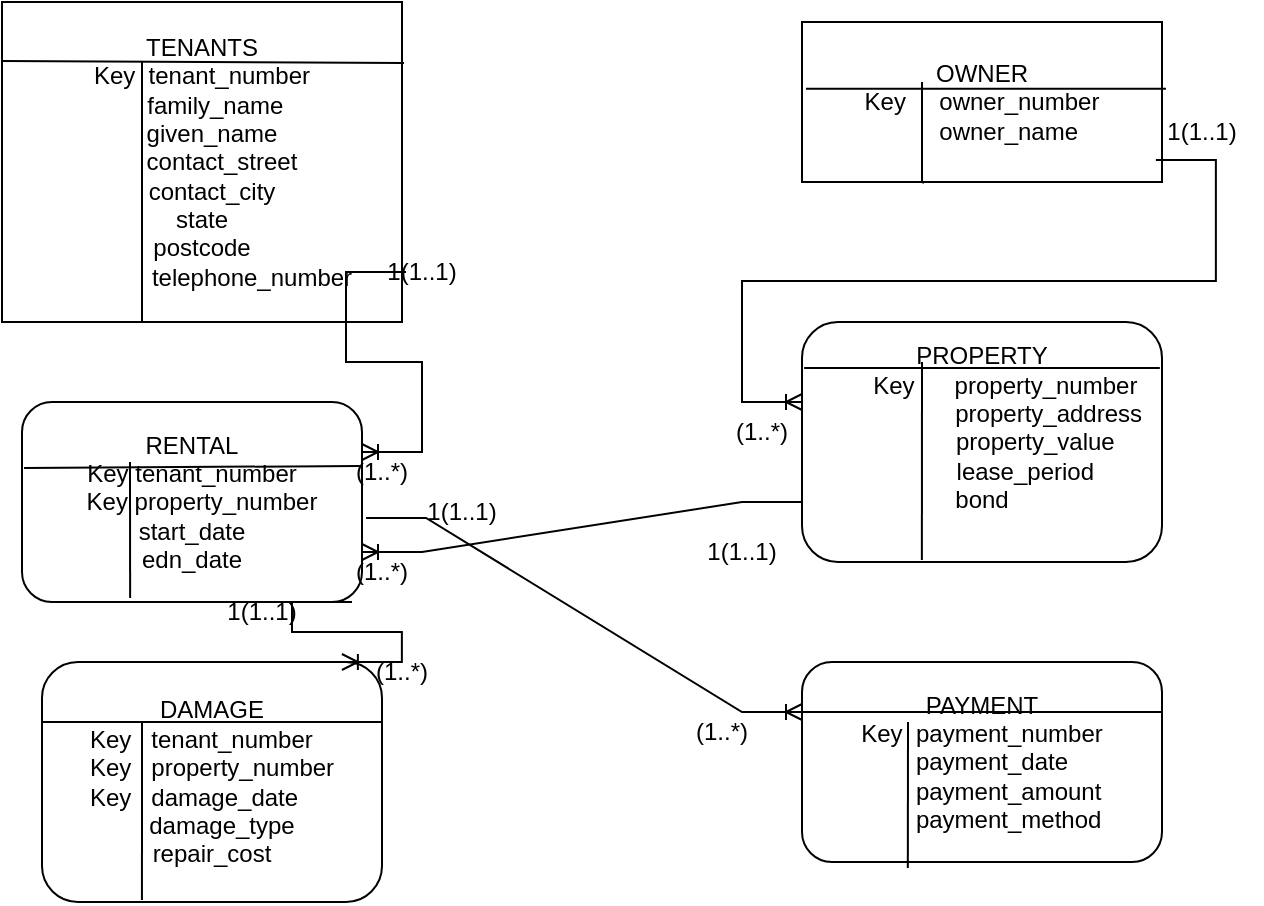
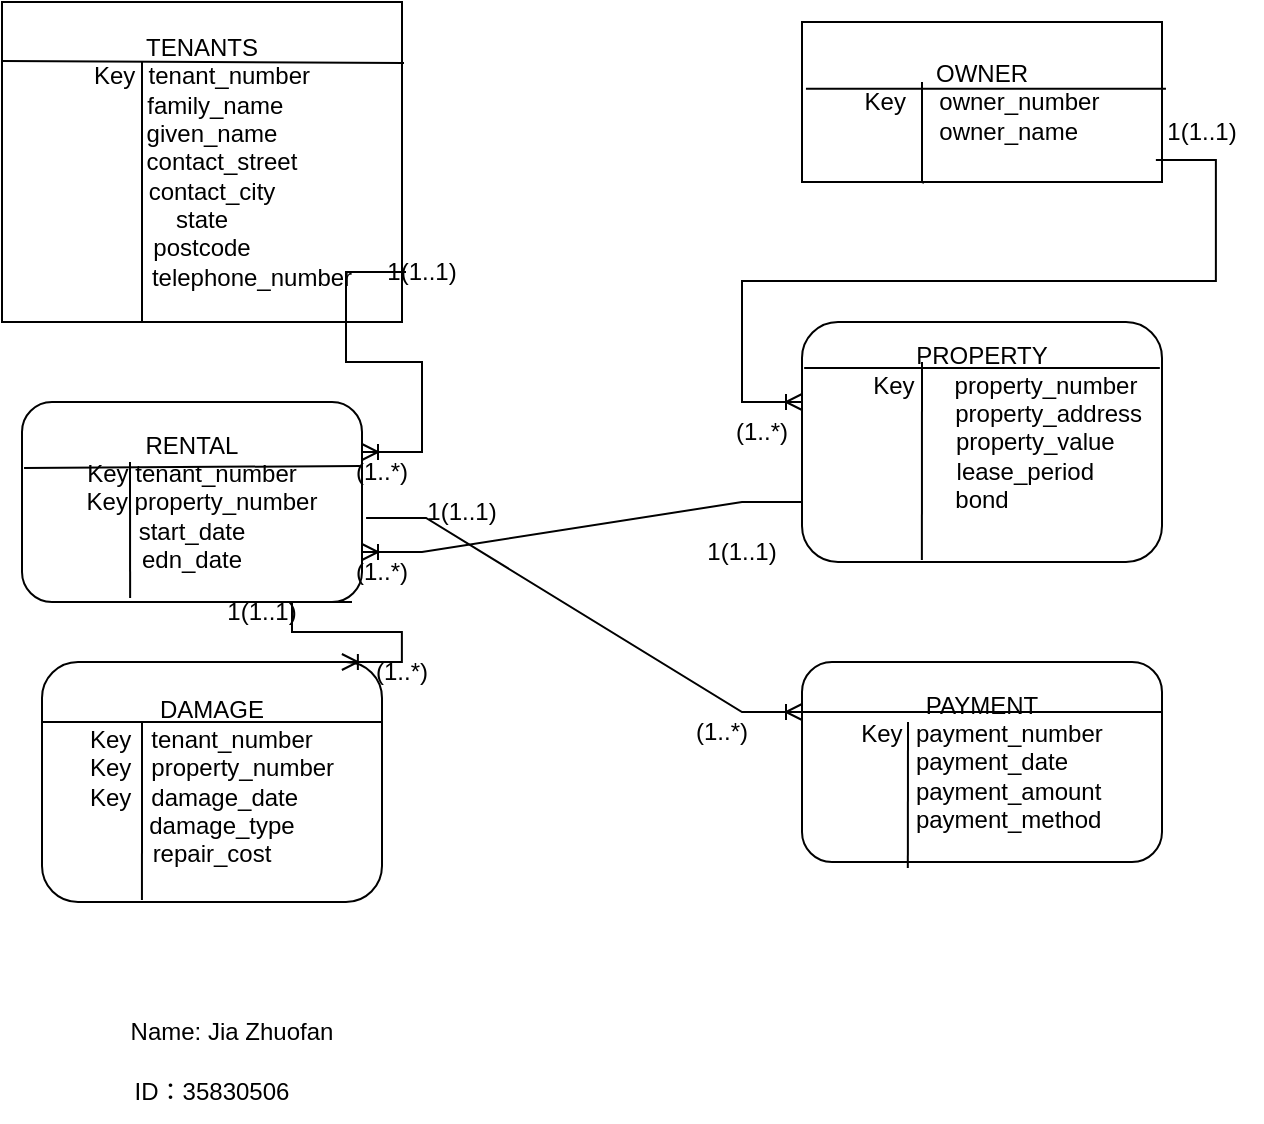
<mxfile host="app.diagrams.net" agent="Mozilla/5.0 (Macintosh; Intel Mac OS X 10_15_7) AppleWebKit/537.36 (KHTML, like Gecko) Chrome/146.0.0.0 Safari/537.36" version="29.6.6">
  <diagram name="Page-1" id="eJK2DDEGEmJVuN1BTenI">
    <mxGraphModel dx="1123" dy="777" grid="1" gridSize="10" guides="1" tooltips="1" connect="1" arrows="1" fold="1" page="1" pageScale="1" pageWidth="827" pageHeight="1169" math="0" shadow="0">
      <root>
        <mxCell id="0" />
        <mxCell id="1" parent="0" />
        <mxCell id="zwTIyL89zGDYqjC-ciAP-1" parent="1" style="rounded=0;whiteSpace=wrap;html=1;" value="TENANTS&lt;div&gt;&lt;span style=&quot;background-color: transparent; color: light-dark(rgb(0, 0, 0), rgb(255, 255, 255));&quot;&gt;Key&amp;nbsp; tenant_number&lt;/span&gt;&lt;div&gt;&amp;nbsp; &amp;nbsp; family_name&lt;/div&gt;&lt;div&gt;&amp;nbsp; &amp;nbsp;given_name&lt;/div&gt;&lt;div&gt;&amp;nbsp; &amp;nbsp; &amp;nbsp; contact_street&lt;/div&gt;&lt;div&gt;&amp;nbsp; &amp;nbsp;contact_city&lt;/div&gt;&lt;div&gt;state&lt;/div&gt;&lt;div&gt;postcode&lt;/div&gt;&lt;div&gt;&amp;nbsp; &amp;nbsp; &amp;nbsp; &amp;nbsp; &amp;nbsp; &amp;nbsp; &amp;nbsp; &amp;nbsp;telephone_number&lt;/div&gt;&lt;/div&gt;" vertex="1">
          <mxGeometry height="160" width="200" x="40" y="40" as="geometry" />
        </mxCell>
        <mxCell id="zwTIyL89zGDYqjC-ciAP-2" parent="1" style="rounded=0;whiteSpace=wrap;html=1;" value="OWNER&lt;div&gt;Key&amp;nbsp; &amp;nbsp; &amp;nbsp;owner_number&lt;/div&gt;&lt;div&gt;&amp;nbsp; &amp;nbsp; &amp;nbsp; &amp;nbsp; owner_name&lt;/div&gt;" vertex="1">
          <mxGeometry height="80" width="180" x="440" y="50" as="geometry" />
        </mxCell>
        <mxCell id="zwTIyL89zGDYqjC-ciAP-6" edge="1" parent="1" source="zwTIyL89zGDYqjC-ciAP-1" style="endArrow=none;html=1;rounded=0;exitX=0;exitY=0.184;exitDx=0;exitDy=0;exitPerimeter=0;entryX=1.005;entryY=0.191;entryDx=0;entryDy=0;entryPerimeter=0;" target="zwTIyL89zGDYqjC-ciAP-1" value="">
          <mxGeometry height="50" relative="1" width="50" as="geometry">
            <Array as="points" />
            <mxPoint x="380" y="240" as="sourcePoint" />
            <mxPoint x="430" y="190" as="targetPoint" />
          </mxGeometry>
        </mxCell>
        <mxCell id="zwTIyL89zGDYqjC-ciAP-7" edge="1" parent="1" source="zwTIyL89zGDYqjC-ciAP-1" style="endArrow=none;html=1;rounded=0;exitX=0.35;exitY=0.997;exitDx=0;exitDy=0;exitPerimeter=0;" value="">
          <mxGeometry height="50" relative="1" width="50" as="geometry">
            <mxPoint x="380" y="240" as="sourcePoint" />
            <mxPoint x="110" y="70" as="targetPoint" />
          </mxGeometry>
        </mxCell>
        <mxCell id="zwTIyL89zGDYqjC-ciAP-8" edge="1" parent="1" source="zwTIyL89zGDYqjC-ciAP-2" style="endArrow=none;html=1;rounded=0;entryX=1.011;entryY=0.417;entryDx=0;entryDy=0;exitX=0.011;exitY=0.417;exitDx=0;exitDy=0;exitPerimeter=0;entryPerimeter=0;" target="zwTIyL89zGDYqjC-ciAP-2" value="">
          <mxGeometry height="50" relative="1" width="50" as="geometry">
            <mxPoint x="380" y="240" as="sourcePoint" />
            <mxPoint x="430" y="190" as="targetPoint" />
          </mxGeometry>
        </mxCell>
        <mxCell id="zwTIyL89zGDYqjC-ciAP-9" edge="1" parent="1" source="zwTIyL89zGDYqjC-ciAP-2" style="endArrow=none;html=1;rounded=0;exitX=0.339;exitY=1.006;exitDx=0;exitDy=0;exitPerimeter=0;" value="">
          <mxGeometry height="50" relative="1" width="50" as="geometry">
            <mxPoint x="380" y="240" as="sourcePoint" />
            <mxPoint x="500" y="130" as="targetPoint" />
          </mxGeometry>
        </mxCell>
        <mxCell id="zwTIyL89zGDYqjC-ciAP-10" parent="1" style="rounded=1;whiteSpace=wrap;html=1;" value="PROPERTY&lt;div&gt;&amp;nbsp; &amp;nbsp; &amp;nbsp; &amp;nbsp;Key&amp;nbsp; &amp;nbsp; &amp;nbsp; property_number&lt;/div&gt;&lt;div&gt;&amp;nbsp; &amp;nbsp; &amp;nbsp; &amp;nbsp; &amp;nbsp; &amp;nbsp; &amp;nbsp; &amp;nbsp; &amp;nbsp; &amp;nbsp; property_address&lt;/div&gt;&lt;div&gt;&amp;nbsp; &amp;nbsp; &amp;nbsp; &amp;nbsp; &amp;nbsp; &amp;nbsp; &amp;nbsp; &amp;nbsp; property_value&lt;/div&gt;&lt;div&gt;&amp;nbsp; &amp;nbsp; &amp;nbsp; &amp;nbsp; &amp;nbsp; &amp;nbsp; &amp;nbsp;lease_period&lt;/div&gt;&lt;div&gt;&lt;span style=&quot;background-color: transparent; color: light-dark(rgb(0, 0, 0), rgb(255, 255, 255));&quot;&gt;bond&lt;/span&gt;&lt;/div&gt;&lt;div&gt;&lt;br&gt;&lt;/div&gt;" vertex="1">
          <mxGeometry height="120" width="180" x="440" y="200" as="geometry" />
        </mxCell>
        <mxCell id="zwTIyL89zGDYqjC-ciAP-11" edge="1" parent="1" source="zwTIyL89zGDYqjC-ciAP-10" style="endArrow=none;html=1;rounded=0;entryX=0.994;entryY=0.192;entryDx=0;entryDy=0;exitX=0.006;exitY=0.192;exitDx=0;exitDy=0;exitPerimeter=0;entryPerimeter=0;" target="zwTIyL89zGDYqjC-ciAP-10" value="">
          <mxGeometry height="50" relative="1" width="50" as="geometry">
            <mxPoint x="380" y="200" as="sourcePoint" />
            <mxPoint x="430" y="150" as="targetPoint" />
          </mxGeometry>
        </mxCell>
        <mxCell id="zwTIyL89zGDYqjC-ciAP-12" edge="1" parent="1" source="zwTIyL89zGDYqjC-ciAP-10" style="endArrow=none;html=1;rounded=0;exitX=0.333;exitY=0.992;exitDx=0;exitDy=0;exitPerimeter=0;" value="">
          <mxGeometry height="50" relative="1" width="50" as="geometry">
            <mxPoint x="380" y="200" as="sourcePoint" />
            <mxPoint x="500" y="220" as="targetPoint" />
          </mxGeometry>
        </mxCell>
        <mxCell id="zwTIyL89zGDYqjC-ciAP-14" parent="1" style="rounded=1;whiteSpace=wrap;html=1;" value="DAMAGE&lt;div style=&quot;text-align: left;&quot;&gt;Key&amp;nbsp; &amp;nbsp;tenant_number&lt;/div&gt;&lt;div style=&quot;text-align: left;&quot;&gt;Key&amp;nbsp; &amp;nbsp;property_number&lt;/div&gt;&lt;div style=&quot;text-align: left;&quot;&gt;&lt;span style=&quot;background-color: transparent; color: light-dark(rgb(0, 0, 0), rgb(255, 255, 255));&quot;&gt;Key&amp;nbsp; &amp;nbsp;damage_date&lt;/span&gt;&lt;/div&gt;&lt;div&gt;&amp;nbsp; &amp;nbsp;damage_type&lt;/div&gt;&lt;div&gt;repair_cost&lt;/div&gt;" vertex="1">
          <mxGeometry height="120" width="170" x="60" y="370" as="geometry" />
        </mxCell>
        <mxCell id="zwTIyL89zGDYqjC-ciAP-15" edge="1" parent="1" source="zwTIyL89zGDYqjC-ciAP-14" style="endArrow=none;html=1;rounded=0;exitX=0;exitY=0.25;exitDx=0;exitDy=0;entryX=1;entryY=0.25;entryDx=0;entryDy=0;" target="zwTIyL89zGDYqjC-ciAP-14" value="">
          <mxGeometry height="50" relative="1" width="50" as="geometry">
            <mxPoint x="390" y="280" as="sourcePoint" />
            <mxPoint x="440" y="230" as="targetPoint" />
          </mxGeometry>
        </mxCell>
        <mxCell id="zwTIyL89zGDYqjC-ciAP-16" edge="1" parent="1" style="endArrow=none;html=1;rounded=0;entryX=0.294;entryY=0.992;entryDx=0;entryDy=0;entryPerimeter=0;" target="zwTIyL89zGDYqjC-ciAP-14" value="">
          <mxGeometry height="50" relative="1" width="50" as="geometry">
            <mxPoint x="110" y="400" as="sourcePoint" />
            <mxPoint x="120" y="420" as="targetPoint" />
          </mxGeometry>
        </mxCell>
        <mxCell id="zwTIyL89zGDYqjC-ciAP-17" parent="1" style="rounded=1;whiteSpace=wrap;html=1;" value="PAYMENT&lt;div&gt;Key&amp;nbsp; payment_number&lt;/div&gt;&lt;div&gt;&amp;nbsp; &amp;nbsp;payment_date&lt;/div&gt;&lt;div&gt;&amp;nbsp; &amp;nbsp; &amp;nbsp; &amp;nbsp; payment_amount&lt;/div&gt;&lt;div&gt;&amp;nbsp; &amp;nbsp; &amp;nbsp; &amp;nbsp; payment_method&lt;/div&gt;" vertex="1">
          <mxGeometry height="100" width="180" x="440" y="370" as="geometry" />
        </mxCell>
        <mxCell id="zwTIyL89zGDYqjC-ciAP-19" edge="1" parent="1" style="endArrow=none;html=1;rounded=0;" value="">
          <mxGeometry height="50" relative="1" width="50" as="geometry">
            <mxPoint x="500" y="130" as="sourcePoint" />
            <mxPoint x="500" y="80" as="targetPoint" />
          </mxGeometry>
        </mxCell>
        <mxCell id="zwTIyL89zGDYqjC-ciAP-20" edge="1" parent="1" source="zwTIyL89zGDYqjC-ciAP-17" style="endArrow=none;html=1;rounded=0;exitX=0;exitY=0.25;exitDx=0;exitDy=0;entryX=1;entryY=0.25;entryDx=0;entryDy=0;" target="zwTIyL89zGDYqjC-ciAP-17" value="">
          <mxGeometry height="50" relative="1" width="50" as="geometry">
            <mxPoint x="390" y="250" as="sourcePoint" />
            <mxPoint x="440" y="200" as="targetPoint" />
          </mxGeometry>
        </mxCell>
        <mxCell id="zwTIyL89zGDYqjC-ciAP-21" edge="1" parent="1" source="zwTIyL89zGDYqjC-ciAP-17" style="endArrow=none;html=1;rounded=0;exitX=0.294;exitY=1.03;exitDx=0;exitDy=0;exitPerimeter=0;" value="">
          <mxGeometry height="50" relative="1" width="50" as="geometry">
            <mxPoint x="390" y="250" as="sourcePoint" />
            <mxPoint x="493" y="400" as="targetPoint" />
          </mxGeometry>
        </mxCell>
        <mxCell id="zwTIyL89zGDYqjC-ciAP-25" edge="1" parent="1" source="zwTIyL89zGDYqjC-ciAP-2" style="edgeStyle=entityRelationEdgeStyle;fontSize=12;html=1;endArrow=ERoneToMany;rounded=0;exitX=0.983;exitY=0.863;exitDx=0;exitDy=0;exitPerimeter=0;" value="">
          <mxGeometry height="100" relative="1" width="100" as="geometry">
            <mxPoint x="630" y="120" as="sourcePoint" />
            <mxPoint x="440" y="240" as="targetPoint" />
          </mxGeometry>
        </mxCell>
        <mxCell id="zwTIyL89zGDYqjC-ciAP-30" parent="1" style="text;html=1;whiteSpace=wrap;strokeColor=none;fillColor=none;align=center;verticalAlign=middle;rounded=0;" value="1(1..1)" vertex="1">
          <mxGeometry height="30" width="60" x="610" y="90" as="geometry" />
        </mxCell>
        <mxCell id="zwTIyL89zGDYqjC-ciAP-31" parent="1" style="text;html=1;whiteSpace=wrap;strokeColor=none;fillColor=none;align=center;verticalAlign=middle;rounded=0;" value="(1..*)" vertex="1">
          <mxGeometry height="30" width="60" x="390" y="240" as="geometry" />
        </mxCell>
        <mxCell id="zwTIyL89zGDYqjC-ciAP-32" parent="1" style="rounded=1;whiteSpace=wrap;html=1;" value="RENTAL&lt;div&gt;Key tenant_number&lt;/div&gt;&lt;div&gt;&amp;nbsp; &amp;nbsp;Key property_number&lt;/div&gt;&lt;div&gt;start_date&lt;/div&gt;&lt;div&gt;edn_date&lt;/div&gt;" vertex="1">
          <mxGeometry height="100" width="170" x="50" y="240" as="geometry" />
        </mxCell>
        <mxCell id="zwTIyL89zGDYqjC-ciAP-33" edge="1" parent="1" source="zwTIyL89zGDYqjC-ciAP-32" style="endArrow=none;html=1;rounded=0;exitX=0.318;exitY=0.98;exitDx=0;exitDy=0;exitPerimeter=0;" value="">
          <mxGeometry height="50" relative="1" width="50" as="geometry">
            <mxPoint x="410" y="220" as="sourcePoint" />
            <mxPoint x="104" y="270" as="targetPoint" />
          </mxGeometry>
        </mxCell>
        <mxCell id="zwTIyL89zGDYqjC-ciAP-35" edge="1" parent="1" source="zwTIyL89zGDYqjC-ciAP-32" style="endArrow=none;html=1;rounded=0;entryX=0.994;entryY=0.32;entryDx=0;entryDy=0;entryPerimeter=0;exitX=0.006;exitY=0.33;exitDx=0;exitDy=0;exitPerimeter=0;" target="zwTIyL89zGDYqjC-ciAP-32" value="">
          <mxGeometry height="50" relative="1" width="50" as="geometry">
            <mxPoint x="410" y="220" as="sourcePoint" />
            <mxPoint x="460" y="170" as="targetPoint" />
          </mxGeometry>
        </mxCell>
        <mxCell id="zwTIyL89zGDYqjC-ciAP-36" edge="1" parent="1" source="zwTIyL89zGDYqjC-ciAP-1" style="edgeStyle=entityRelationEdgeStyle;fontSize=12;html=1;endArrow=ERoneToMany;rounded=0;exitX=1.01;exitY=0.844;exitDx=0;exitDy=0;exitPerimeter=0;entryX=1;entryY=0.25;entryDx=0;entryDy=0;" target="zwTIyL89zGDYqjC-ciAP-32" value="">
          <mxGeometry height="100" relative="1" width="100" as="geometry">
            <mxPoint x="380" y="350" as="sourcePoint" />
            <mxPoint x="480" y="250" as="targetPoint" />
          </mxGeometry>
        </mxCell>
        <mxCell id="zwTIyL89zGDYqjC-ciAP-37" parent="1" style="text;html=1;whiteSpace=wrap;strokeColor=none;fillColor=none;align=center;verticalAlign=middle;rounded=0;" value="1(1..1)" vertex="1">
          <mxGeometry height="30" width="60" x="220" y="160" as="geometry" />
        </mxCell>
        <mxCell id="zwTIyL89zGDYqjC-ciAP-38" parent="1" style="text;html=1;whiteSpace=wrap;strokeColor=none;fillColor=none;align=center;verticalAlign=middle;rounded=0;" value="(1..*)" vertex="1">
          <mxGeometry height="30" width="60" x="200" y="260" as="geometry" />
        </mxCell>
        <mxCell id="zwTIyL89zGDYqjC-ciAP-39" edge="1" parent="1" source="zwTIyL89zGDYqjC-ciAP-10" style="edgeStyle=entityRelationEdgeStyle;fontSize=12;html=1;endArrow=ERoneToMany;rounded=0;entryX=1;entryY=0.75;entryDx=0;entryDy=0;exitX=0;exitY=0.75;exitDx=0;exitDy=0;" target="zwTIyL89zGDYqjC-ciAP-32" value="">
          <mxGeometry height="100" relative="1" width="100" as="geometry">
            <mxPoint x="450" y="319" as="sourcePoint" />
            <mxPoint x="480" y="250" as="targetPoint" />
          </mxGeometry>
        </mxCell>
        <mxCell id="zwTIyL89zGDYqjC-ciAP-40" parent="1" style="text;html=1;whiteSpace=wrap;strokeColor=none;fillColor=none;align=center;verticalAlign=middle;rounded=0;" value="1(1..1)" vertex="1">
          <mxGeometry height="30" width="60" x="380" y="300" as="geometry" />
        </mxCell>
        <mxCell id="zwTIyL89zGDYqjC-ciAP-41" parent="1" style="text;html=1;whiteSpace=wrap;strokeColor=none;fillColor=none;align=center;verticalAlign=middle;rounded=0;" value="(1..*)" vertex="1">
          <mxGeometry height="30" width="60" x="200" y="310" as="geometry" />
        </mxCell>
        <mxCell id="zwTIyL89zGDYqjC-ciAP-42" edge="1" parent="1" source="zwTIyL89zGDYqjC-ciAP-41" style="edgeStyle=entityRelationEdgeStyle;fontSize=12;html=1;endArrow=ERoneToMany;rounded=0;exitX=0.25;exitY=1;exitDx=0;exitDy=0;entryX=0.882;entryY=0;entryDx=0;entryDy=0;entryPerimeter=0;" target="zwTIyL89zGDYqjC-ciAP-14" value="">
          <mxGeometry height="100" relative="1" width="100" as="geometry">
            <mxPoint x="380" y="350" as="sourcePoint" />
            <mxPoint x="480" y="250" as="targetPoint" />
          </mxGeometry>
        </mxCell>
        <mxCell id="zwTIyL89zGDYqjC-ciAP-43" parent="1" style="text;html=1;whiteSpace=wrap;strokeColor=none;fillColor=none;align=center;verticalAlign=middle;rounded=0;" value="1(1..1)" vertex="1">
          <mxGeometry height="30" width="60" x="140" y="330" as="geometry" />
        </mxCell>
        <mxCell id="zwTIyL89zGDYqjC-ciAP-44" parent="1" style="text;html=1;whiteSpace=wrap;strokeColor=none;fillColor=none;align=center;verticalAlign=middle;rounded=0;" value="(1..*)" vertex="1">
          <mxGeometry height="30" width="60" x="210" y="360" as="geometry" />
        </mxCell>
        <mxCell id="zwTIyL89zGDYqjC-ciAP-45" edge="1" parent="1" source="zwTIyL89zGDYqjC-ciAP-32" style="edgeStyle=entityRelationEdgeStyle;fontSize=12;html=1;endArrow=ERoneToMany;rounded=0;exitX=1.012;exitY=0.58;exitDx=0;exitDy=0;entryX=0;entryY=0.25;entryDx=0;entryDy=0;exitPerimeter=0;" target="zwTIyL89zGDYqjC-ciAP-17" value="">
          <mxGeometry height="100" relative="1" width="100" as="geometry">
            <mxPoint x="400" y="340" as="sourcePoint" />
            <mxPoint x="500" y="240" as="targetPoint" />
          </mxGeometry>
        </mxCell>
        <mxCell id="zwTIyL89zGDYqjC-ciAP-46" parent="1" style="text;html=1;whiteSpace=wrap;strokeColor=none;fillColor=none;align=center;verticalAlign=middle;rounded=0;" value="1(1..1)" vertex="1">
          <mxGeometry height="30" width="60" x="240" y="280" as="geometry" />
        </mxCell>
        <mxCell id="zwTIyL89zGDYqjC-ciAP-47" parent="1" style="text;html=1;whiteSpace=wrap;strokeColor=none;fillColor=none;align=center;verticalAlign=middle;rounded=0;" value="(1..*)" vertex="1">
          <mxGeometry height="30" width="60" x="370" y="390" as="geometry" />
        </mxCell>
+         <mxCell id="zwTIyL89zGDYqjC-ciAP-50" parent="1" style="text;html=1;whiteSpace=wrap;strokeColor=none;fillColor=none;align=center;verticalAlign=middle;rounded=0;" value="&lt;font dir=&quot;auto&quot; style=&quot;vertical-align: inherit;&quot;&gt;&lt;font dir=&quot;auto&quot; style=&quot;vertical-align: inherit;&quot;&gt;Name: Jia Zhuofan&lt;/font&gt;&lt;/font&gt;" vertex="1">
+           <mxGeometry height="30" width="150" x="80" y="540" as="geometry" />
+         </mxCell>
+         <mxCell id="zwTIyL89zGDYqjC-ciAP-51" parent="1" style="text;html=1;whiteSpace=wrap;strokeColor=none;fillColor=none;align=center;verticalAlign=middle;rounded=0;" value="&lt;font dir=&quot;auto&quot; style=&quot;vertical-align: inherit;&quot;&gt;&lt;font dir=&quot;auto&quot; style=&quot;vertical-align: inherit;&quot;&gt;ID：35830506&lt;/font&gt;&lt;/font&gt;" vertex="1">
+           <mxGeometry height="30" width="180" x="55" y="570" as="geometry" />
+         </mxCell>
      </root>
    </mxGraphModel>
  </diagram>
</mxfile>
